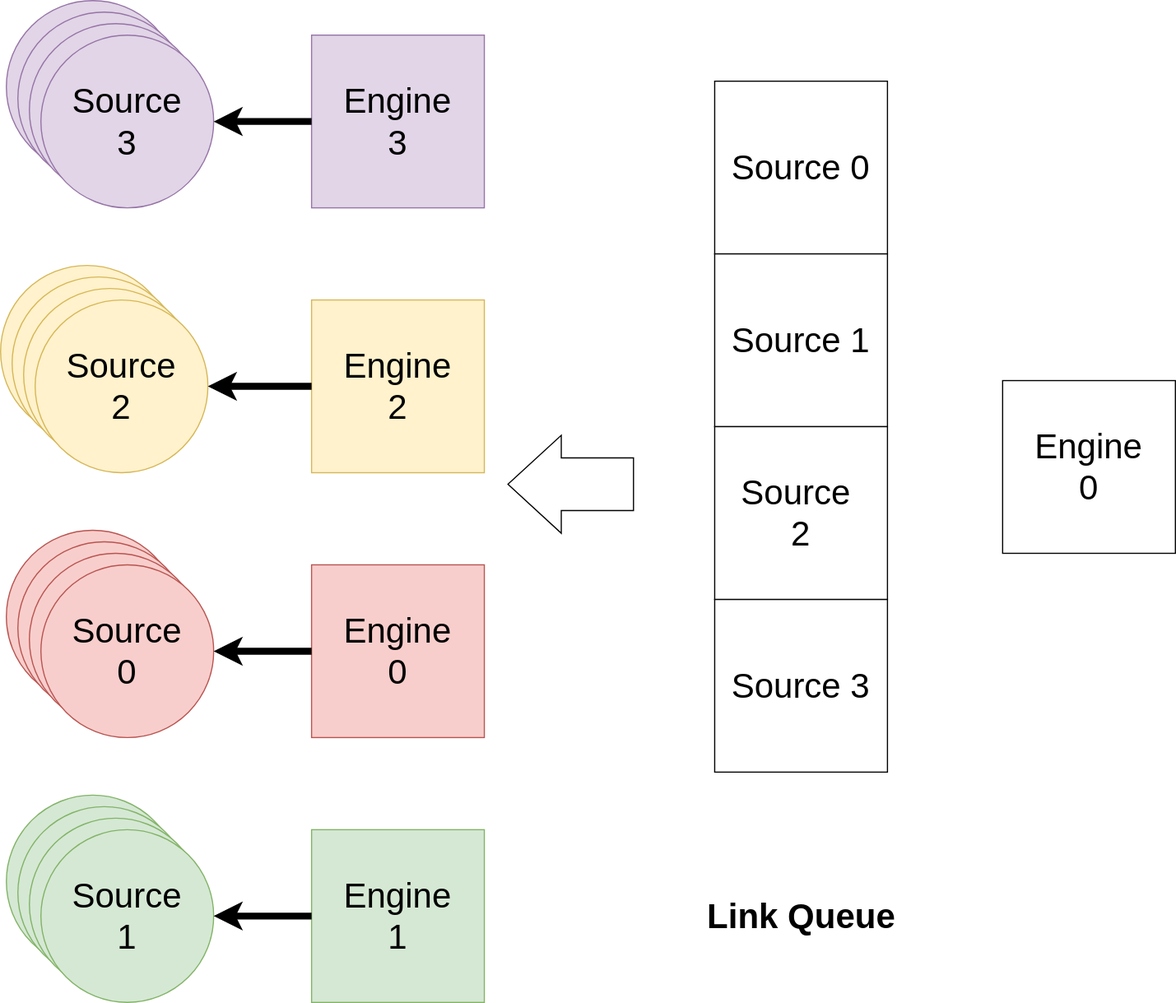
Before: images/divide_link_queue.svg, a diagram exported from draw.io (constraintAutomaton/presentation-iswc-2023-doctoral-consortium-collaboravite-engine). Source tidied: cells renumbered, new cells last; positions are measured from the earlier drawing's top-left corner, leaving out a move shared by most shapes.
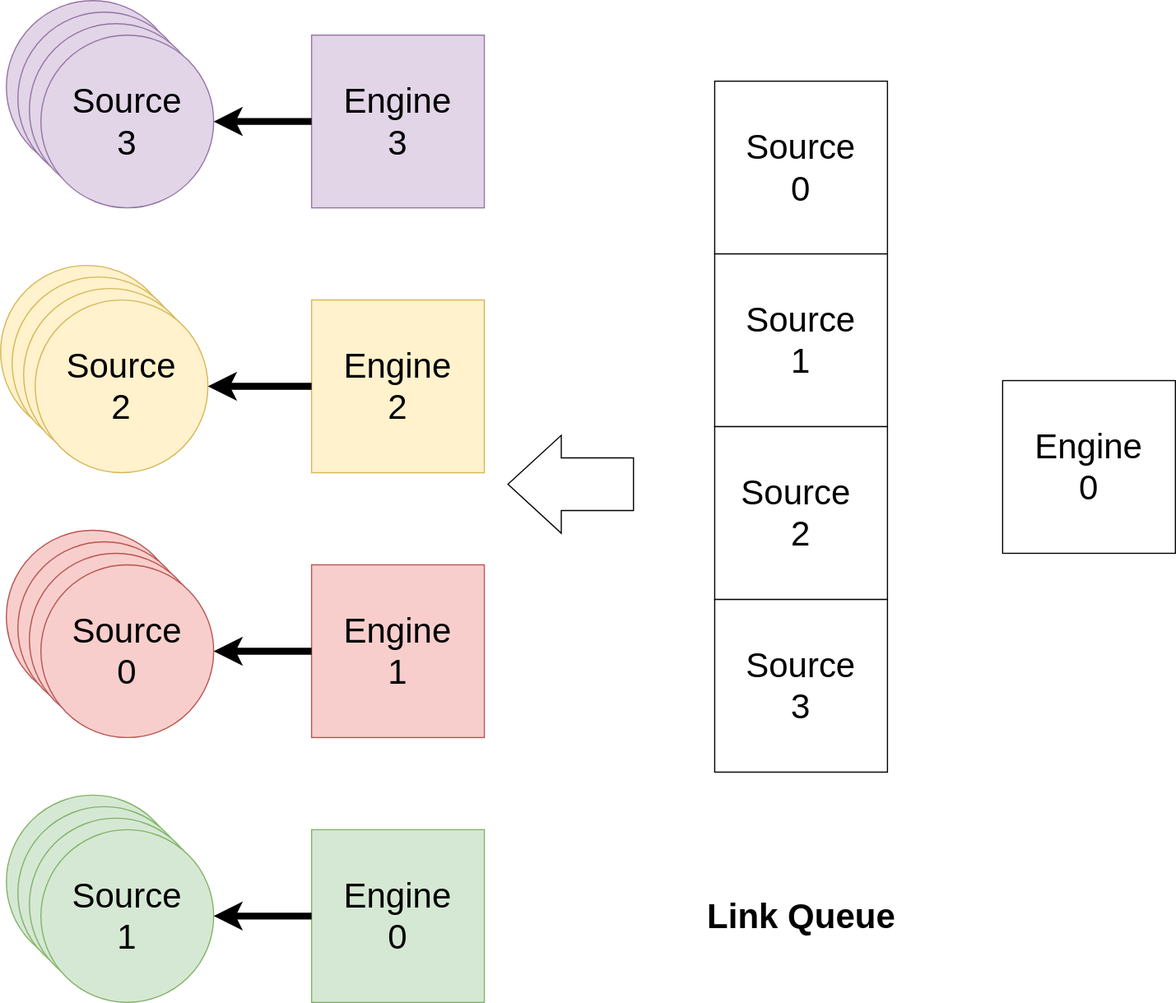
Above is the later version.

What changed in the source:
```diff
@@ -2,13 +2,13 @@
   <root>
     <mxCell id="0" />
     <mxCell id="1" parent="0" />
-    <mxCell id="2" value="&lt;font style=&quot;font-size: 30px;&quot;&gt;Source 3&lt;/font&gt;" style="whiteSpace=wrap;html=1;fontSize=30;" parent="1" vertex="1">
+    <mxCell id="2" value="&lt;font style=&quot;font-size: 30px;&quot;&gt;Source &lt;br&gt;3&lt;/font&gt;" style="whiteSpace=wrap;html=1;fontSize=30;" parent="1" vertex="1">
       <mxGeometry x="620" y="520" width="150" height="150" as="geometry" />
     </mxCell>
-    <mxCell id="3" value="&lt;font style=&quot;font-size: 30px;&quot;&gt;Source 0&lt;/font&gt;" style="whiteSpace=wrap;html=1;fontSize=30;" parent="1" vertex="1">
+    <mxCell id="3" value="&lt;font style=&quot;font-size: 30px;&quot;&gt;Source &lt;br&gt;0&lt;/font&gt;" style="whiteSpace=wrap;html=1;fontSize=30;" parent="1" vertex="1">
       <mxGeometry x="620" y="70" width="150" height="150" as="geometry" />
     </mxCell>
-    <mxCell id="4" value="&lt;font style=&quot;font-size: 30px;&quot;&gt;Source 1&lt;/font&gt;" style="whiteSpace=wrap;html=1;fontSize=30;" parent="1" vertex="1">
+    <mxCell id="4" value="&lt;font style=&quot;font-size: 30px;&quot;&gt;Source &lt;br&gt;1&lt;/font&gt;" style="whiteSpace=wrap;html=1;fontSize=30;" parent="1" vertex="1">
       <mxGeometry x="620" y="220" width="150" height="150" as="geometry" />
     </mxCell>
     <mxCell id="5" value="&lt;span style=&quot;font-size: 30px;&quot;&gt;Source&amp;nbsp;&lt;br style=&quot;font-size: 30px;&quot;&gt;2&lt;br style=&quot;font-size: 30px;&quot;&gt;&lt;/span&gt;" style="whiteSpace=wrap;html=1;fontSize=30;" parent="1" vertex="1">
@@ -26,10 +26,10 @@
         <mxPoint x="440" y="420" as="targetPoint" />
       </mxGeometry>
     </mxCell>
-    <mxCell id="9" value="&lt;font style=&quot;font-size: 30px;&quot;&gt;Engine&lt;br style=&quot;font-size: 30px;&quot;&gt;0&lt;br style=&quot;font-size: 30px;&quot;&gt;&lt;/font&gt;" style="whiteSpace=wrap;html=1;fillColor=#f8cecc;strokeColor=#b85450;fontSize=30;" parent="1" vertex="1">
+    <mxCell id="9" value="&lt;font style=&quot;font-size: 30px;&quot;&gt;Engine&lt;br style=&quot;font-size: 30px;&quot;&gt;1&lt;br style=&quot;font-size: 30px;&quot;&gt;&lt;/font&gt;" style="whiteSpace=wrap;html=1;fillColor=#f8cecc;strokeColor=#b85450;fontSize=30;" parent="1" vertex="1">
       <mxGeometry x="270" y="490" width="150" height="150" as="geometry" />
     </mxCell>
-    <mxCell id="10" value="&lt;font style=&quot;font-size: 30px;&quot;&gt;Engine&lt;br style=&quot;font-size: 30px;&quot;&gt;1&lt;br style=&quot;font-size: 30px;&quot;&gt;&lt;/font&gt;" style="whiteSpace=wrap;html=1;fillColor=#d5e8d4;strokeColor=#82b366;fontSize=30;" parent="1" vertex="1">
+    <mxCell id="10" value="&lt;font style=&quot;font-size: 30px;&quot;&gt;Engine&lt;br style=&quot;font-size: 30px;&quot;&gt;0&lt;br style=&quot;font-size: 30px;&quot;&gt;&lt;/font&gt;" style="whiteSpace=wrap;html=1;fillColor=#d5e8d4;strokeColor=#82b366;fontSize=30;" parent="1" vertex="1">
       <mxGeometry x="270" y="720" width="150" height="150" as="geometry" />
     </mxCell>
     <mxCell id="11" value="&lt;font style=&quot;font-size: 30px;&quot;&gt;Engine&lt;br style=&quot;font-size: 30px;&quot;&gt;2&lt;br style=&quot;font-size: 30px;&quot;&gt;&lt;/font&gt;" style="whiteSpace=wrap;html=1;fillColor=#fff2cc;strokeColor=#d6b656;fontSize=30;" parent="1" vertex="1">
```
